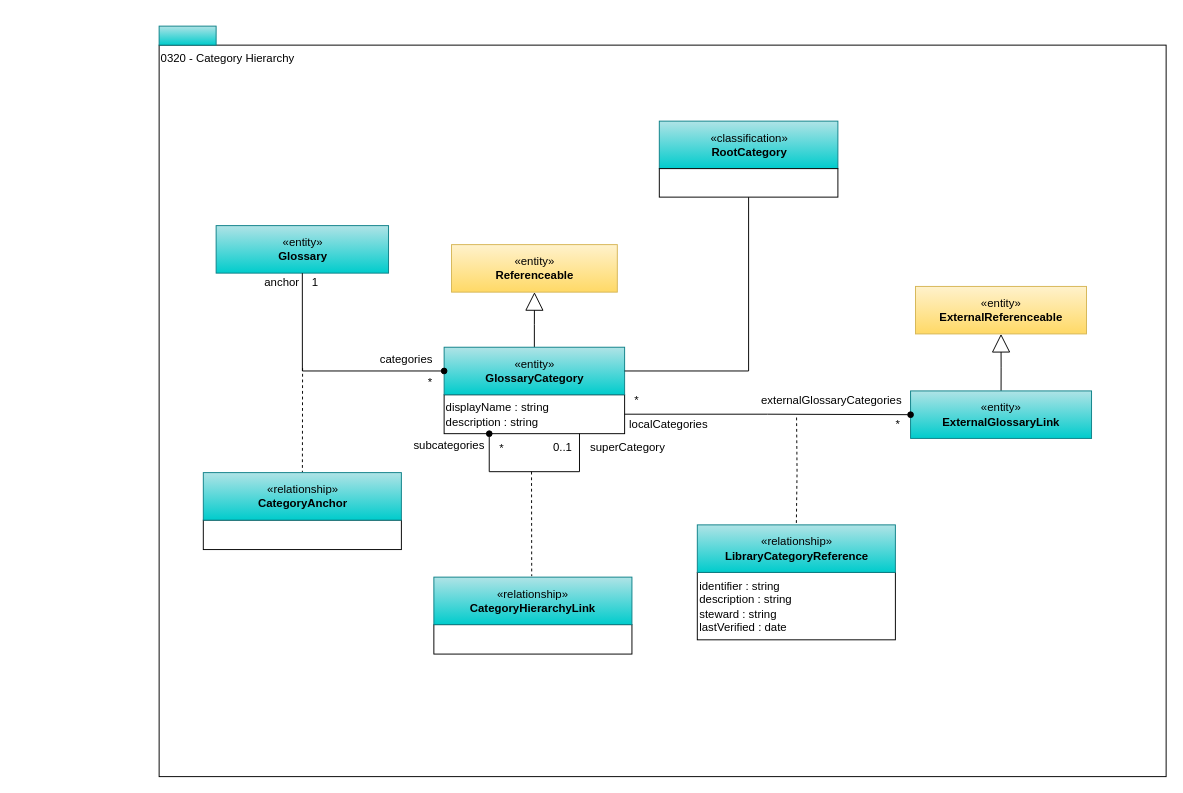
odpi/egeria-docs keeps this draw.io diagram as page "0320-Category-Hierarchy" (3 of 13) of site/docs/types/3/area-3-glossary.drawio. Above is the earlier version. Source tidied: cells renumbered, new cells numbered last; positions are measured from the earlier drawing's top-left corner, leaving out a move shared by most shapes. Both pictures are drawn from the tidied source at 95%, with x=0, y=0 at pixel (159, 26).
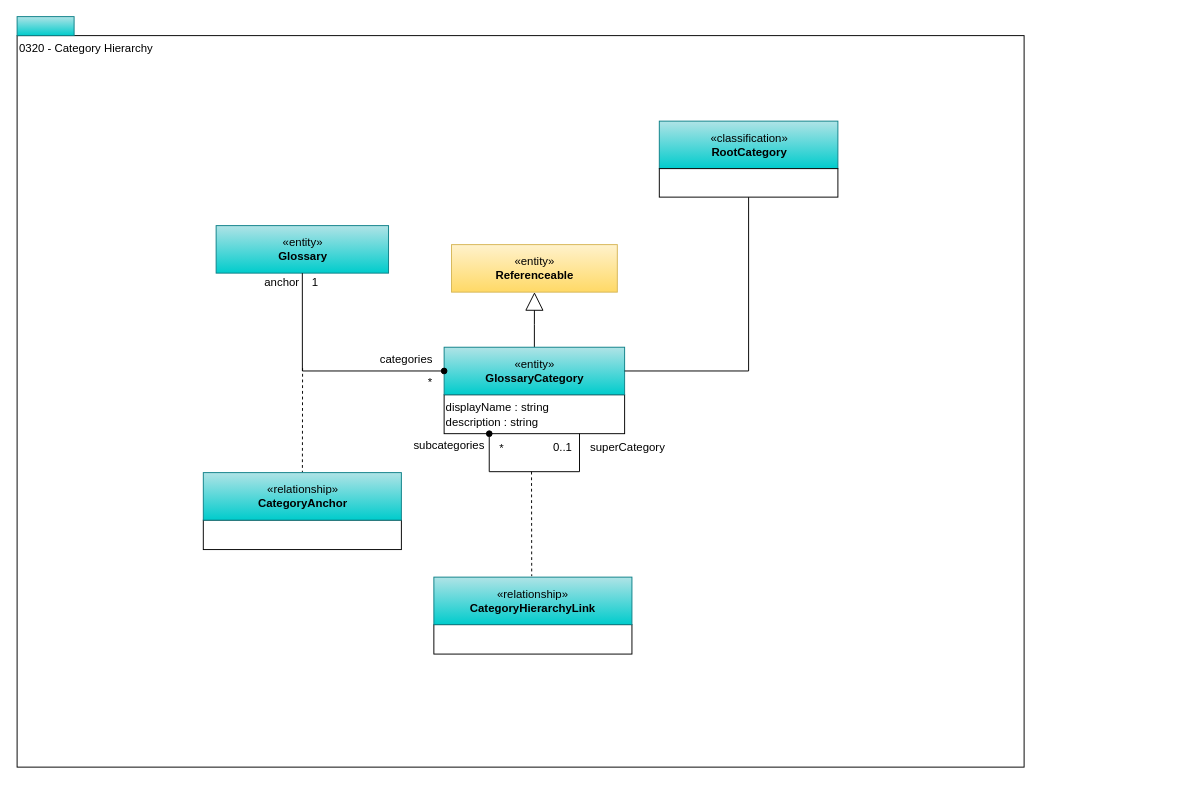
The same page after the edit.

The change refers to these unchanged cells:
```xml
<mxCell id="4" value="displayName : string&lt;br&gt;description : string" style="rounded=0;whiteSpace=wrap;html=1;strokeColor=#000000;gradientColor=#ffffff;align=left;" parent="1" vertex="1">
  <mxGeometry x="300" y="388" width="190" height="41" as="geometry" />
</mxCell>
```

Diff of the diagram source:
```diff
@@
     <mxCell id="2" value="0320 - Category Hierarchy" style="rounded=0;whiteSpace=wrap;html=1;align=left;verticalAlign=top;" parent="1" vertex="1">
-      <mxGeometry y="20" width="1060" height="770" as="geometry" />
+      <mxGeometry x="-149.5" y="10" width="1060" height="770" as="geometry" />
     </mxCell>
@@
-    <mxCell id="5" value="*" style="text;html=1;strokeColor=none;fillColor=none;align=center;verticalAlign=middle;whiteSpace=wrap;rounded=0;" parent="1" vertex="1">
-      <mxGeometry x="765" y="411" width="26" height="18" as="geometry" />
-    </mxCell>
-    <mxCell id="6" style="endArrow=none;dashed=1;html=1;entryX=0.5;entryY=0;entryDx=0;entryDy=0;edgeStyle=orthogonalEdgeStyle;rounded=0;" parent="1" edge="1" target="18">
-      <mxGeometry relative="1" as="geometry">
-        <mxPoint x="671" y="412" as="sourcePoint" />
-      </mxGeometry>
-    </mxCell>
-    <mxCell id="7" value="identifier : string&lt;br&gt;description : string&lt;br&gt;steward : string&lt;br&gt;lastVerified : date" style="rounded=0;whiteSpace=wrap;html=1;strokeColor=#000000;gradientColor=#ffffff;align=left;" parent="1" vertex="1">
-      <mxGeometry x="566.5" y="575" width="208.5" height="71" as="geometry" />
-    </mxCell>
-    <mxCell id="8" value="externalGlossaryCategories" style="text;html=1;strokeColor=none;fillColor=none;align=center;verticalAlign=middle;whiteSpace=wrap;rounded=0;" parent="1" vertex="1">
-      <mxGeometry x="639" y="384" width="137.5" height="20" as="geometry" />
-    </mxCell>
-    <mxCell id="9" value="localCategories" style="text;html=1;strokeColor=none;fillColor=none;align=center;verticalAlign=middle;whiteSpace=wrap;rounded=0;" parent="1" vertex="1">
-      <mxGeometry x="492.5" y="410" width="87" height="20" as="geometry" />
-    </mxCell>
-    <mxCell id="10" value="*" style="text;html=1;strokeColor=none;fillColor=none;align=center;verticalAlign=middle;whiteSpace=wrap;rounded=0;" parent="1" vertex="1">
-      <mxGeometry x="490" y="385" width="26" height="18" as="geometry" />
-    </mxCell>
     <mxCell id="11" style="rounded=0;whiteSpace=wrap;html=1;align=left;fillColor=#b0e3e6;strokeColor=#0e8088;gradientColor=#00CCCC;" parent="1" vertex="1">
-      <mxGeometry width="60" height="20" as="geometry" />
+      <mxGeometry x="-149.5" y="-10" width="60" height="20" as="geometry" />
     </mxCell>
@@
-    <mxCell id="15" value="«entity»&lt;br&gt;&lt;b&gt;ExternalReferenceable&lt;/b&gt;" style="html=1;strokeColor=#d6b656;align=center;fillColor=#fff2cc;gradientColor=#ffd966;" parent="1" vertex="1">
-      <mxGeometry x="796.2" y="274" width="180" height="50" as="geometry" />
-    </mxCell>
-    <mxCell id="16" style="edgeStyle=orthogonalEdgeStyle;rounded=0;jettySize=auto;html=1;exitX=0.5;exitY=0;exitDx=0;exitDy=0;endArrow=block;endFill=0;endSize=17;" parent="1" edge="1" source="17" target="15">
-      <mxGeometry relative="1" as="geometry" />
-    </mxCell>
-    <mxCell id="17" value="«entity»&lt;br&gt;&lt;b&gt;ExternalGlossaryLink&lt;/b&gt;" style="html=1;strokeColor=#0e8088;align=center;fillColor=#b0e3e6;gradientColor=#00CCCC;" parent="1" vertex="1">
-      <mxGeometry x="791" y="384" width="190.5" height="50" as="geometry" />
-    </mxCell>
-    <mxCell id="18" value="«relationship»&lt;br&gt;&lt;b&gt;LibraryCategoryReference&lt;/b&gt;" style="html=1;strokeColor=#0e8088;align=center;fillColor=#b0e3e6;gradientColor=#00CCCC;" parent="1" vertex="1">
-      <mxGeometry x="566.5" y="525" width="208.5" height="50" as="geometry" />
-    </mxCell>
@@
-    <mxCell id="35" style="edgeStyle=orthogonalEdgeStyle;rounded=0;html=1;exitX=1;exitY=0.5;entryX=0;entryY=0.5;jettySize=auto;endArrow=oval;endFill=1;entryDx=0;entryDy=0;exitDx=0;exitDy=0;" parent="1" edge="1" source="4" target="17">
-      <mxGeometry relative="1" as="geometry" />
-    </mxCell>
```
